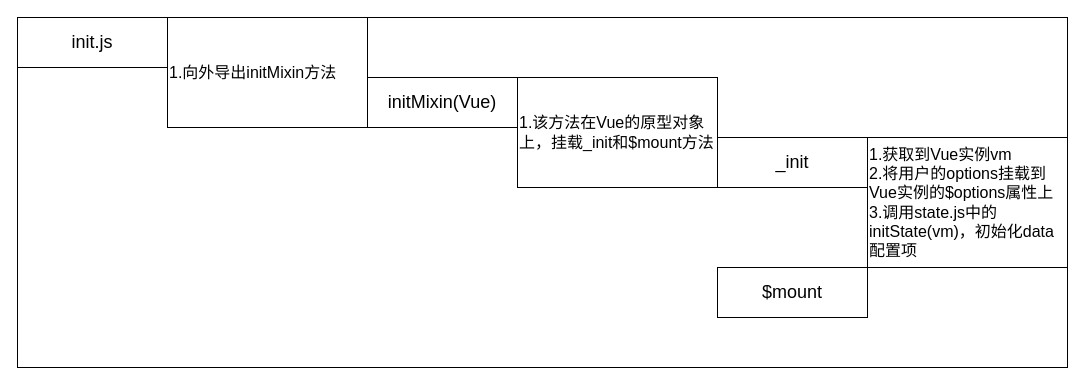
The draw.io diagram page "init.js" (2 of 4) of vue2.drawio in Saiable/drawio, before the edit. Source tidied: cells renumbered, new cells numbered last; positions are measured from the earlier drawing's top-left corner, leaving out a move shared by most shapes. Both pictures are drawn from the tidied source at 100%, with x=0, y=0 at pixel (17, 17).
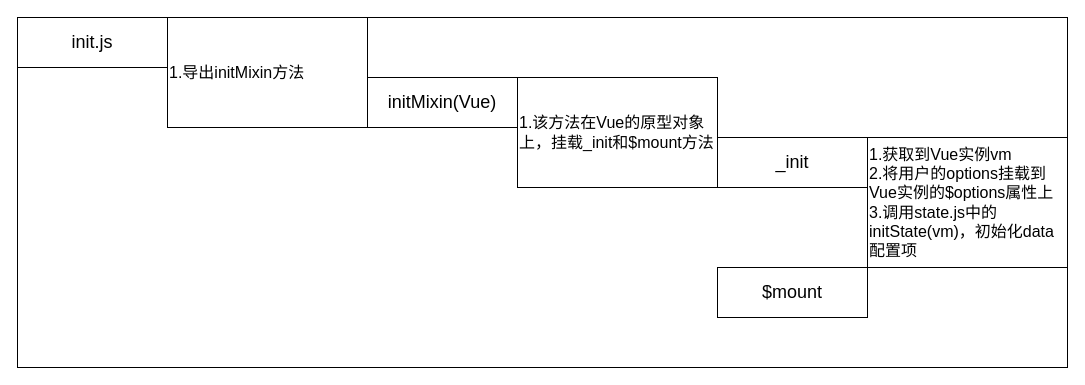
After the change.

The edit, as a diff of the source:
```diff
@@
 <mxGraphModel>
   <root>
     <mxCell id="0" />
     <mxCell id="1" parent="0" />
     <mxCell id="2" style="rounded=0;whiteSpace=wrap;html=1;fontSize=18;" parent="1" vertex="1">
       <mxGeometry width="1050" height="350" as="geometry" />
     </mxCell>
     <mxCell id="3" value="&lt;font style=&quot;font-size: 18px;&quot;&gt;initMixin(Vue)&lt;/font&gt;" style="rounded=0;whiteSpace=wrap;html=1;strokeColor=default;fontFamily=Helvetica;fontSize=16;fontColor=default;fillColor=default;align=center;" parent="1" vertex="1">
       <mxGeometry x="350" y="60" width="150" height="50" as="geometry" />
     </mxCell>
     <mxCell id="4" value="&lt;font style=&quot;font-size: 18px;&quot;&gt;_init&lt;/font&gt;" style="rounded=0;whiteSpace=wrap;html=1;strokeColor=default;fontFamily=Helvetica;fontSize=16;fontColor=default;fillColor=default;align=center;" parent="1" vertex="1">
       <mxGeometry x="700" y="120" width="150" height="50" as="geometry" />
     </mxCell>
     <mxCell id="5" value="&lt;font style=&quot;font-size: 18px;&quot;&gt;$mount&lt;/font&gt;" style="rounded=0;whiteSpace=wrap;html=1;strokeColor=default;fontFamily=Helvetica;fontSize=16;fontColor=default;fillColor=default;align=center;" parent="1" vertex="1">
       <mxGeometry x="700" y="250" width="150" height="50" as="geometry" />
     </mxCell>
     <mxCell id="6" value="&lt;font style=&quot;font-size: 18px;&quot;&gt;init.js&lt;/font&gt;" style="rounded=0;whiteSpace=wrap;html=1;strokeColor=default;fontFamily=Helvetica;fontSize=16;fontColor=default;fillColor=default;align=center;" parent="1" vertex="1">
       <mxGeometry width="150" height="50" as="geometry" />
     </mxCell>
-    <mxCell id="7" value="&lt;font style=&quot;border-color: var(--border-color);&quot;&gt;1.向外导出initMixin方法&lt;br&gt;&lt;/font&gt;" style="rounded=0;whiteSpace=wrap;html=1;strokeColor=default;fontFamily=Helvetica;fontSize=16;fontColor=default;fillColor=default;align=left;" parent="1" vertex="1">
+    <mxCell id="7" value="&lt;font style=&quot;border-color: var(--border-color);&quot;&gt;1.导出initMixin方法&lt;br&gt;&lt;/font&gt;" style="rounded=0;whiteSpace=wrap;html=1;strokeColor=default;fontFamily=Helvetica;fontSize=16;fontColor=default;fillColor=default;align=left;" parent="1" vertex="1">
       <mxGeometry x="150" width="200" height="110" as="geometry" />
     </mxCell>
     <mxCell id="8" value="1.获取到Vue实例vm&lt;br&gt;2.将用户的options挂载到Vue实例的$options属性上&lt;br&gt;3.调用state.js中的initState(vm)，初始化data配置项" style="rounded=0;whiteSpace=wrap;html=1;strokeColor=default;fontFamily=Helvetica;fontSize=16;fontColor=default;fillColor=default;align=left;" parent="1" vertex="1">
       <mxGeometry x="850" y="120" width="200" height="130" as="geometry" />
     </mxCell>
     <mxCell id="9" value="&lt;font style=&quot;border-color: var(--border-color);&quot;&gt;1.该方法在Vue的原型对象上，挂载&lt;/font&gt;_init和$mount方法" style="rounded=0;whiteSpace=wrap;html=1;strokeColor=default;fontFamily=Helvetica;fontSize=16;fontColor=default;fillColor=default;align=left;" parent="1" vertex="1">
       <mxGeometry x="500" y="60" width="200" height="110" as="geometry" />
     </mxCell>
   </root>
 </mxGraphModel>
```
